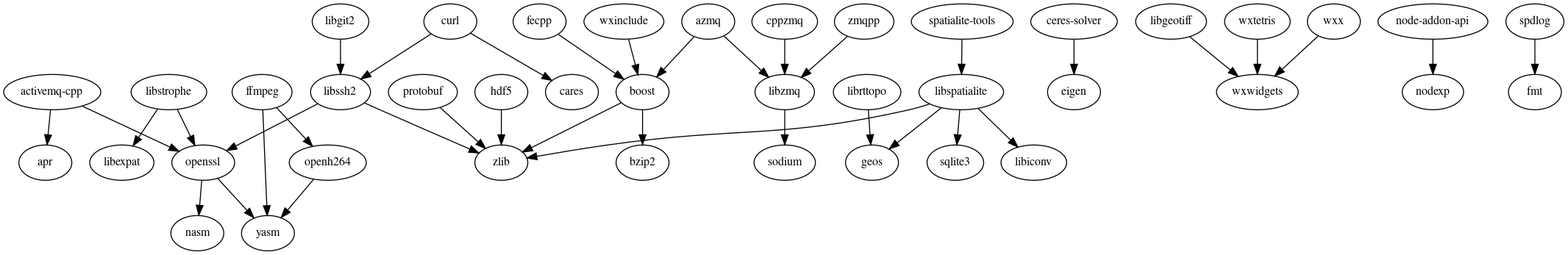
The Graphviz diagram cmake/deps.png in externpro/externpro, before a commit. Its source is kept beside it as cmake/deps.dot.
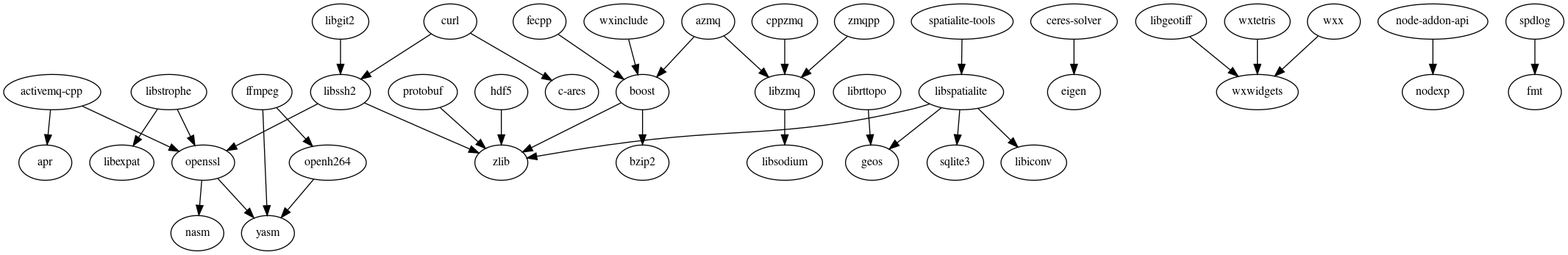
After the commit.

Commit message:
pros: libzmq->libsodium, curl->c-ares

The edit, as a diff of the source:
```diff
@@ -8,7 +8,7 @@
   "boost" -> "zlib";
   "ceres-solver" -> "eigen";
   "cppzmq" -> "libzmq";
-  "curl" -> "cares";
+  "curl" -> "c-ares";
   "curl" -> "libssh2";
   "fecpp" -> "boost";
   "ffmpeg" -> "openh264";
@@ -25,7 +25,7 @@
   "libssh2" -> "zlib";
   "libstrophe" -> "libexpat";
   "libstrophe" -> "openssl";
-  "libzmq" -> "sodium";
+  "libzmq" -> "libsodium";
   "node-addon-api" -> "nodexp";
   "openh264" -> "yasm";
   "openssl" -> "nasm";
```
